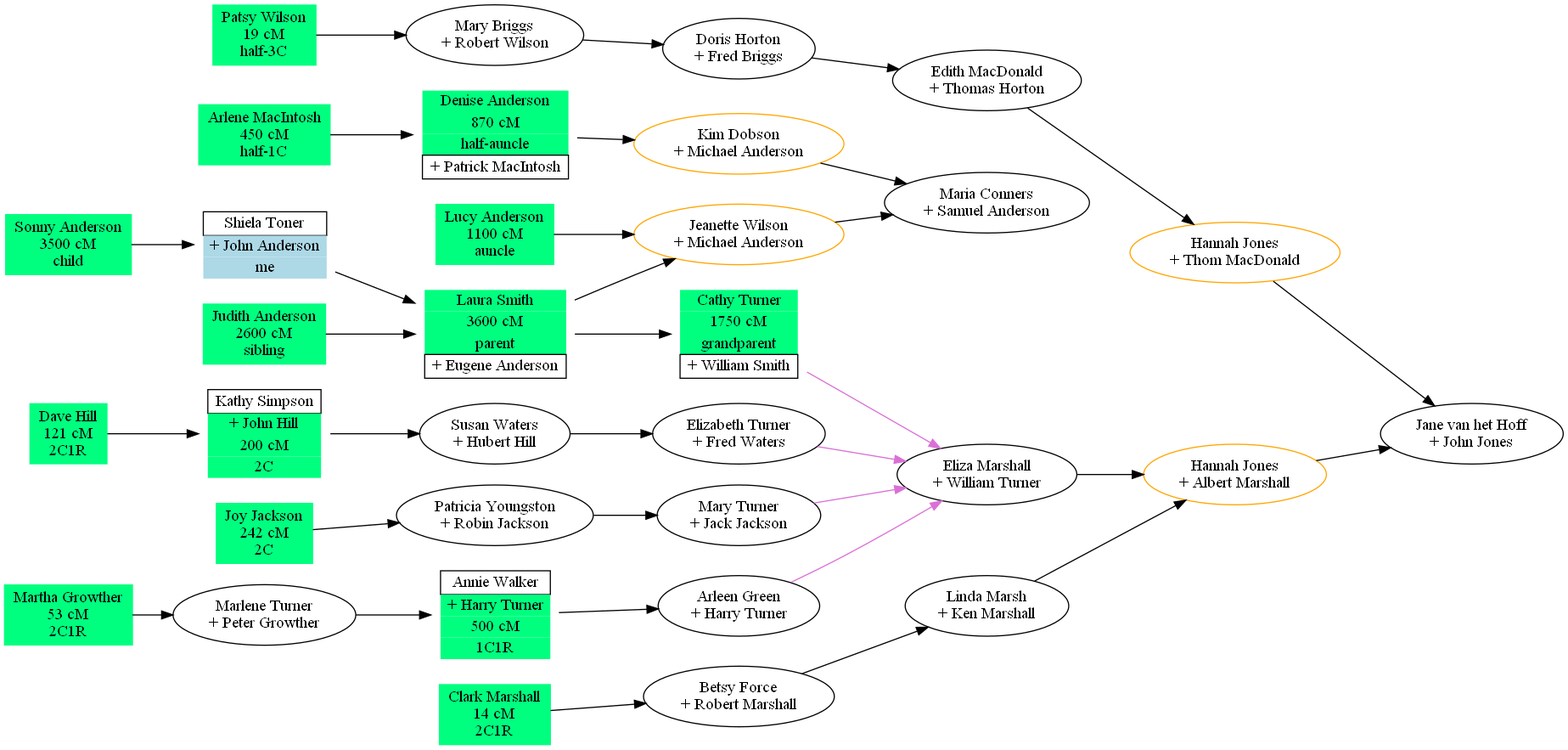
Before: test-data/larger.png, a diagram exported from Graphviz (johnandrea/draw-dna-matches). Its source is kept beside it as test-data/larger.dot. Its diagram source:
```dot
digraph family {
rankdir=LR;
f1 [label="Jane van het Hoff\n+ John Jones"];
f2 [label="Hannah Jones\n+ Thom MacDonald", color=orange];
f6 [label="Hannah Jones\n+ Albert Marshall", color=orange];
f5 [label="Mary Briggs\n+ Robert Wilson"];
f4 [label="Doris Horton\n+ Fred Briggs"];
f3 [label="Edith MacDonald\n+ Thomas Horton"];
f16 [label=<
<table cellpadding="2" cellborder="0" cellspacing="0" border="0">
<tr><td bgcolor="springgreen"> Cathy Turner </td></tr>
<tr><td bgcolor="springgreen">1750 cM</td></tr>
<tr><td bgcolor="springgreen">grandparent</td></tr>
<tr><td border="1"> + William Smith </td></tr>
</table>
>, shape="none"];
f7 [label="Eliza Marshall\n+ William Turner"];
f9 [label="Susan Waters\n+ Hubert Hill"];
f8 [label="Elizabeth Turner\n+ Fred Waters"];
f10 [label=<
<table cellpadding="2" cellborder="0" cellspacing="0" border="0">
<tr><td border="1"> Kathy Simpson </td></tr>
<tr><td bgcolor="springgreen"> + John Hill </td></tr>
<tr><td bgcolor="springgreen">200 cM</td></tr>
<tr><td bgcolor="springgreen">2C</td></tr>
</table>
>, shape="none"];
f12 [label="Patricia Youngston\n+ Robin Jackson"];
f11 [label="Mary Turner\n+ Jack Jackson"];
f13 [label="Arleen Green\n+ Harry Turner"];
f15 [label="Marlene Turner\n+ Peter Growther"];
f14 [label=<
<table cellpadding="2" cellborder="0" cellspacing="0" border="0">
<tr><td border="1"> Annie Walker </td></tr>
<tr><td bgcolor="springgreen"> + Harry Turner </td></tr>
<tr><td bgcolor="springgreen">500 cM</td></tr>
<tr><td bgcolor="springgreen">1C1R</td></tr>
</table>
>, shape="none"];
f17 [label=<
<table cellpadding="2" cellborder="0" cellspacing="0" border="0">
<tr><td bgcolor="springgreen"> Laura Smith </td></tr>
<tr><td bgcolor="springgreen">3600 cM</td></tr>
<tr><td bgcolor="springgreen">parent</td></tr>
<tr><td border="1"> + Eugene Anderson </td></tr>
</table>
>, shape="none"];
f19 [label="Betsy Force\n+ Robert Marshall"];
f18 [label="Linda Marsh\n+ Ken Marshall"];
f20 [label="Jeanette Wilson\n+ Michael Anderson", color=orange];
f21 [label=<
<table cellpadding="2" cellborder="0" cellspacing="0" border="0">
<tr><td border="1"> Shiela Toner </td></tr>
<tr><td bgcolor="lightblue"> + John Anderson </td></tr>
<tr><td bgcolor="lightblue">me</td></tr>
</table>
>, shape="none"];
f24 [label="Maria Conners\n+ Samuel Anderson"];
f22 [label="Kim Dobson\n+ Michael Anderson", color=orange];
f23 [label=<
<table cellpadding="2" cellborder="0" cellspacing="0" border="0">
<tr><td bgcolor="springgreen"> Denise Anderson </td></tr>
<tr><td bgcolor="springgreen">870 cM</td></tr>
<tr><td bgcolor="springgreen">half-auncle</td></tr>
<tr><td border="1"> + Patrick MacIntosh </td></tr>
</table>
>, shape="none"];
i11 [label="Patsy Wilson\n19 cM\nhalf-3C", shape="record", style=filled, color=springgreen];
i53 [label="Arlene MacIntosh\n450 cM\nhalf-1C", shape="record", style=filled, color=springgreen];
i28 [label="Joy Jackson\n242 cM\n2C", shape="record", style=filled, color=springgreen];
i48 [label="Sonny Anderson\n3500 cM\nchild", shape="record", style=filled, color=springgreen];
i43 [label="Clark Marshall\n14 cM\n2C1R", shape="record", style=filled, color=springgreen];
i34 [label="Martha Growther\n53 cM\n2C1R", shape="record", style=filled, color=springgreen];
i24 [label="Dave Hill\n121 cM\n2C1R", shape="record", style=filled, color=springgreen];
i49 [label="Judith Anderson\n2600 cM\nsibling", shape="record", style=filled, color=springgreen];
i46 [label="Lucy Anderson\n1100 cM\nauncle", shape="record", style=filled, color=springgreen];
f10 -> f9;
f5 -> f4;
f13 -> f7 [color=orchid];
f2 -> f1;
i49 -> f17;
f3 -> f2;
i24 -> f10;
i43 -> f19;
i34 -> f15;
f4 -> f3;
f8 -> f7 [color=orchid];
i53 -> f23;
f11 -> f7 [color=orchid];
f16 -> f7 [color=orchid];
f21 -> f17;
f23 -> f22;
f17 -> f20;
i28 -> f12;
f14 -> f13;
f12 -> f11;
i11 -> f5;
i46 -> f20;
f18 -> f6;
f19 -> f18;
f15 -> f14;
f20 -> f24;
f22 -> f24;
f6 -> f1;
f7 -> f6;
i48 -> f21;
f9 -> f8;
f17 -> f16;
}
```
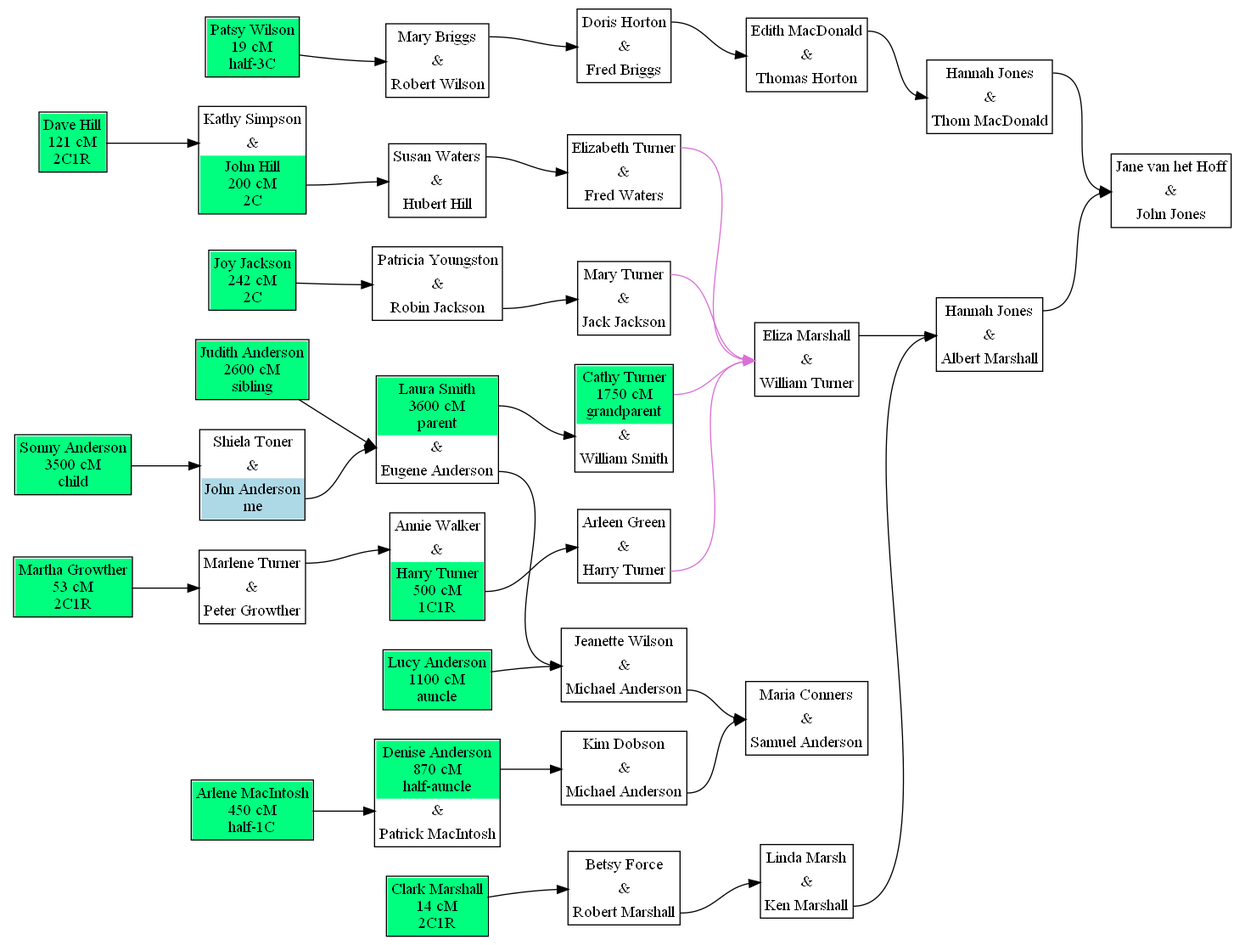
After the change.

Diff of the diagram source:
```diff
@@ -1,109 +1,216 @@
 digraph family {
+node [shape=plaintext];
 rankdir=LR;
-f1 [label="Jane van het Hoff\n+ John Jones"];
-f2 [label="Hannah Jones\n+ Thom MacDonald", color=orange];
-f6 [label="Hannah Jones\n+ Albert Marshall", color=orange];
-f5 [label="Mary Briggs\n+ Robert Wilson"];
-f4 [label="Doris Horton\n+ Fred Briggs"];
-f3 [label="Edith MacDonald\n+ Thomas Horton"];
+f2 [label=<
+<table cellpadding="3" border="1" cellspacing="0" cellborder="0">
+<tr><td port="w">Hannah Jones</td></tr>
+<tr><td port="u">&amp;</td></tr>
+<tr><td port="h">Thom MacDonald</td></tr>
+</table>>];
+f6 [label=<
+<table cellpadding="3" border="1" cellspacing="0" cellborder="0">
+<tr><td port="w">Hannah Jones</td></tr>
+<tr><td port="u">&amp;</td></tr>
+<tr><td port="h">Albert Marshall</td></tr>
+</table>>];
+f5 [label=<
+<table cellpadding="3" border="1" cellspacing="0" cellborder="0">
+<tr><td port="w">Mary Briggs</td></tr>
+<tr><td port="u">&amp;</td></tr>
+<tr><td port="h">Robert Wilson</td></tr>
+</table>>];
+f4 [label=<
+<table cellpadding="3" border="1" cellspacing="0" cellborder="0">
+<tr><td port="w">Doris Horton</td></tr>
+<tr><td port="u">&amp;</td></tr>
+<tr><td port="h">Fred Briggs</td></tr>
+</table>>];
+f3 [label=<
+<table cellpadding="3" border="1" cellspacing="0" cellborder="0">
+<tr><td port="w">Edith MacDonald</td></tr>
+<tr><td port="u">&amp;</td></tr>
+<tr><td port="h">Thomas Horton</td></tr>
+</table>>];
+f17 [label=<
+<table cellpadding="3" border="1" cellspacing="0" cellborder="0">
+<tr><td port="w" bgcolor="springgreen">Laura Smith<br/>3600 cM<br/>parent</td></tr>
+<tr><td port="u">&amp;</td></tr>
+<tr><td port="h">Eugene Anderson</td></tr>
+</table>>];
 f16 [label=<
-<table cellpadding="2" cellborder="0" cellspacing="0" border="0">
-<tr><td bgcolor="springgreen"> Cathy Turner </td></tr>
-<tr><td bgcolor="springgreen">1750 cM</td></tr>
-<tr><td bgcolor="springgreen">grandparent</td></tr>
-<tr><td border="1"> + William Smith </td></tr>
-</table>
->, shape="none"];
-f7 [label="Eliza Marshall\n+ William Turner"];
-f9 [label="Susan Waters\n+ Hubert Hill"];
-f8 [label="Elizabeth Turner\n+ Fred Waters"];
+<table cellpadding="3" border="1" cellspacing="0" cellborder="0">
+<tr><td port="w" bgcolor="springgreen">Cathy Turner<br/>1750 cM<br/>grandparent</td></tr>
+<tr><td port="u">&amp;</td></tr>
+<tr><td port="h">William Smith</td></tr>
+</table>>];
+f7 [label=<
+<table cellpadding="3" border="1" cellspacing="0" cellborder="0">
+<tr><td port="w">Eliza Marshall</td></tr>
+<tr><td port="u">&amp;</td></tr>
+<tr><td port="h">William Turner</td></tr>
+</table>>];
+f1 [label=<
+<table cellpadding="3" border="1" cellspacing="0" cellborder="0">
+<tr><td port="w">Jane van het Hoff</td></tr>
+<tr><td port="u">&amp;</td></tr>
+<tr><td port="h">John Jones</td></tr>
+</table>>];
+f9 [label=<
+<table cellpadding="3" border="1" cellspacing="0" cellborder="0">
+<tr><td port="w">Susan Waters</td></tr>
+<tr><td port="u">&amp;</td></tr>
+<tr><td port="h">Hubert Hill</td></tr>
+</table>>];
+f8 [label=<
+<table cellpadding="3" border="1" cellspacing="0" cellborder="0">
+<tr><td port="w">Elizabeth Turner</td></tr>
+<tr><td port="u">&amp;</td></tr>
+<tr><td port="h">Fred Waters</td></tr>
+</table>>];
 f10 [label=<
-<table cellpadding="2" cellborder="0" cellspacing="0" border="0">
-<tr><td border="1"> Kathy Simpson </td></tr>
-<tr><td bgcolor="springgreen"> + John Hill </td></tr>
-<tr><td bgcolor="springgreen">200 cM</td></tr>
-<tr><td bgcolor="springgreen">2C</td></tr>
-</table>
->, shape="none"];
-f12 [label="Patricia Youngston\n+ Robin Jackson"];
-f11 [label="Mary Turner\n+ Jack Jackson"];
-f13 [label="Arleen Green\n+ Harry Turner"];
-f15 [label="Marlene Turner\n+ Peter Growther"];
+<table cellpadding="3" border="1" cellspacing="0" cellborder="0">
+<tr><td port="w">Kathy Simpson</td></tr>
+<tr><td port="u">&amp;</td></tr>
+<tr><td port="h" bgcolor="springgreen">John Hill<br/>200 cM<br/>2C</td></tr>
+</table>>];
+f12 [label=<
+<table cellpadding="3" border="1" cellspacing="0" cellborder="0">
+<tr><td port="w">Patricia Youngston</td></tr>
+<tr><td port="u">&amp;</td></tr>
+<tr><td port="h">Robin Jackson</td></tr>
+</table>>];
+f11 [label=<
+<table cellpadding="3" border="1" cellspacing="0" cellborder="0">
+<tr><td port="w">Mary Turner</td></tr>
+<tr><td port="u">&amp;</td></tr>
+<tr><td port="h">Jack Jackson</td></tr>
+</table>>];
+f13 [label=<
+<table cellpadding="3" border="1" cellspacing="0" cellborder="0">
+<tr><td port="w">Arleen Green</td></tr>
+<tr><td port="u">&amp;</td></tr>
+<tr><td port="h">Harry Turner</td></tr>
+</table>>];
+f15 [label=<
+<table cellpadding="3" border="1" cellspacing="0" cellborder="0">
+<tr><td port="w">Marlene Turner</td></tr>
+<tr><td port="u">&amp;</td></tr>
+<tr><td port="h">Peter Growther</td></tr>
+</table>>];
 f14 [label=<
-<table cellpadding="2" cellborder="0" cellspacing="0" border="0">
-<tr><td border="1"> Annie Walker </td></tr>
-<tr><td bgcolor="springgreen"> + Harry Turner </td></tr>
-<tr><td bgcolor="springgreen">500 cM</td></tr>
-<tr><td bgcolor="springgreen">1C1R</td></tr>
-</table>
->, shape="none"];
-f17 [label=<
-<table cellpadding="2" cellborder="0" cellspacing="0" border="0">
-<tr><td bgcolor="springgreen"> Laura Smith </td></tr>
-<tr><td bgcolor="springgreen">3600 cM</td></tr>
-<tr><td bgcolor="springgreen">parent</td></tr>
-<tr><td border="1"> + Eugene Anderson </td></tr>
-</table>
->, shape="none"];
-f19 [label="Betsy Force\n+ Robert Marshall"];
-f18 [label="Linda Marsh\n+ Ken Marshall"];
-f20 [label="Jeanette Wilson\n+ Michael Anderson", color=orange];
+<table cellpadding="3" border="1" cellspacing="0" cellborder="0">
+<tr><td port="w">Annie Walker</td></tr>
+<tr><td port="u">&amp;</td></tr>
+<tr><td port="h" bgcolor="springgreen">Harry Turner<br/>500 cM<br/>1C1R</td></tr>
+</table>>];
+f19 [label=<
+<table cellpadding="3" border="1" cellspacing="0" cellborder="0">
+<tr><td port="w">Betsy Force</td></tr>
+<tr><td port="u">&amp;</td></tr>
+<tr><td port="h">Robert Marshall</td></tr>
+</table>>];
+f18 [label=<
+<table cellpadding="3" border="1" cellspacing="0" cellborder="0">
+<tr><td port="w">Linda Marsh</td></tr>
+<tr><td port="u">&amp;</td></tr>
+<tr><td port="h">Ken Marshall</td></tr>
+</table>>];
+f20 [label=<
+<table cellpadding="3" border="1" cellspacing="0" cellborder="0">
+<tr><td port="w">Jeanette Wilson</td></tr>
+<tr><td port="u">&amp;</td></tr>
+<tr><td port="h">Michael Anderson</td></tr>
+</table>>];
 f21 [label=<
-<table cellpadding="2" cellborder="0" cellspacing="0" border="0">
-<tr><td border="1"> Shiela Toner </td></tr>
-<tr><td bgcolor="lightblue"> + John Anderson </td></tr>
-<tr><td bgcolor="lightblue">me</td></tr>
-</table>
->, shape="none"];
-f24 [label="Maria Conners\n+ Samuel Anderson"];
-f22 [label="Kim Dobson\n+ Michael Anderson", color=orange];
+<table cellpadding="3" border="1" cellspacing="0" cellborder="0">
+<tr><td port="w">Shiela Toner</td></tr>
+<tr><td port="u">&amp;</td></tr>
+<tr><td port="h" bgcolor="lightblue">John Anderson<br/>me</td></tr>
+</table>>];
+f22 [label=<
+<table cellpadding="3" border="1" cellspacing="0" cellborder="0">
+<tr><td port="w">Kim Dobson</td></tr>
+<tr><td port="u">&amp;</td></tr>
+<tr><td port="h">Michael Anderson</td></tr>
+</table>>];
+f24 [label=<
+<table cellpadding="3" border="1" cellspacing="0" cellborder="0">
+<tr><td port="w">Maria Conners</td></tr>
+<tr><td port="u">&amp;</td></tr>
+<tr><td port="h">Samuel Anderson</td></tr>
+</table>>];
 f23 [label=<
-<table cellpadding="2" cellborder="0" cellspacing="0" border="0">
-<tr><td bgcolor="springgreen"> Denise Anderson </td></tr>
-<tr><td bgcolor="springgreen">870 cM</td></tr>
-<tr><td bgcolor="springgreen">half-auncle</td></tr>
-<tr><td border="1"> + Patrick MacIntosh </td></tr>
-</table>
->, shape="none"];
-i11 [label="Patsy Wilson\n19 cM\nhalf-3C", shape="record", style=filled, color=springgreen];
-i53 [label="Arlene MacIntosh\n450 cM\nhalf-1C", shape="record", style=filled, color=springgreen];
-i28 [label="Joy Jackson\n242 cM\n2C", shape="record", style=filled, color=springgreen];
-i48 [label="Sonny Anderson\n3500 cM\nchild", shape="record", style=filled, color=springgreen];
-i43 [label="Clark Marshall\n14 cM\n2C1R", shape="record", style=filled, color=springgreen];
-i34 [label="Martha Growther\n53 cM\n2C1R", shape="record", style=filled, color=springgreen];
-i24 [label="Dave Hill\n121 cM\n2C1R", shape="record", style=filled, color=springgreen];
-i49 [label="Judith Anderson\n2600 cM\nsibling", shape="record", style=filled, color=springgreen];
-i46 [label="Lucy Anderson\n1100 cM\nauncle", shape="record", style=filled, color=springgreen];
-f10 -> f9;
-f5 -> f4;
-f13 -> f7 [color=orchid];
-f2 -> f1;
-i49 -> f17;
-f3 -> f2;
-i24 -> f10;
-i43 -> f19;
-i34 -> f15;
-f4 -> f3;
-f8 -> f7 [color=orchid];
-i53 -> f23;
-f11 -> f7 [color=orchid];
-f16 -> f7 [color=orchid];
-f21 -> f17;
-f23 -> f22;
-f17 -> f20;
-i28 -> f12;
-f14 -> f13;
-f12 -> f11;
-i11 -> f5;
-i46 -> f20;
-f18 -> f6;
-f19 -> f18;
-f15 -> f14;
-f20 -> f24;
-f22 -> f24;
-f6 -> f1;
-f7 -> f6;
-i48 -> f21;
-f9 -> f8;
-f17 -> f16;
+<table cellpadding="3" border="1" cellspacing="0" cellborder="0">
+<tr><td port="w" bgcolor="springgreen">Denise Anderson<br/>870 cM<br/>half-auncle</td></tr>
+<tr><td port="u">&amp;</td></tr>
+<tr><td port="h">Patrick MacIntosh</td></tr>
+</table>>];
+i34 [label=<
+<table cellpadding="3" border="1" cellspacing="0" cellborder="0">
+<tr><td port="i" bgcolor="springgreen">Martha Growther<br/>53 cM<br/>2C1R</td></tr>
+</table>>];
+i49 [label=<
+<table cellpadding="3" border="1" cellspacing="0" cellborder="0">
+<tr><td port="i" bgcolor="springgreen">Judith Anderson<br/>2600 cM<br/>sibling</td></tr>
+</table>>];
+i11 [label=<
+<table cellpadding="3" border="1" cellspacing="0" cellborder="0">
+<tr><td port="i" bgcolor="springgreen">Patsy Wilson<br/>19 cM<br/>half-3C</td></tr>
+</table>>];
+i43 [label=<
+<table cellpadding="3" border="1" cellspacing="0" cellborder="0">
+<tr><td port="i" bgcolor="springgreen">Clark Marshall<br/>14 cM<br/>2C1R</td></tr>
+</table>>];
+i48 [label=<
+<table cellpadding="3" border="1" cellspacing="0" cellborder="0">
+<tr><td port="i" bgcolor="springgreen">Sonny Anderson<br/>3500 cM<br/>child</td></tr>
+</table>>];
+i28 [label=<
+<table cellpadding="3" border="1" cellspacing="0" cellborder="0">
+<tr><td port="i" bgcolor="springgreen">Joy Jackson<br/>242 cM<br/>2C</td></tr>
+</table>>];
+i53 [label=<
+<table cellpadding="3" border="1" cellspacing="0" cellborder="0">
+<tr><td port="i" bgcolor="springgreen">Arlene MacIntosh<br/>450 cM<br/>half-1C</td></tr>
+</table>>];
+i46 [label=<
+<table cellpadding="3" border="1" cellspacing="0" cellborder="0">
+<tr><td port="i" bgcolor="springgreen">Lucy Anderson<br/>1100 cM<br/>auncle</td></tr>
+</table>>];
+i24 [label=<
+<table cellpadding="3" border="1" cellspacing="0" cellborder="0">
+<tr><td port="i" bgcolor="springgreen">Dave Hill<br/>121 cM<br/>2C1R</td></tr>
+</table>>];
+i49:i -> f17:u;
+f10:h -> f9:u;
+f4:w -> f3:u;
+f20:h -> f24:u;
+f2:w -> f1:u;
+i53:i -> f23:u;
+f16:w -> f7:u [color=orchid];
+f7:w -> f6:u;
+f6:w -> f1:u;
+f22:h -> f24:u;
+f14:h -> f13:u;
+f23:w -> f22:u;
+f8:w -> f7:u [color=orchid];
+i48:i -> f21:u;
+i28:i -> f12:u;
+f15:w -> f14:u;
+f9:w -> f8:u;
+i43:i -> f19:u;
+i46:i -> f20:u;
+f17:w -> f16:u;
+f3:w -> f2:u;
+f11:w -> f7:u [color=orchid];
+f17:h -> f20:u;
+f21:h -> f17:u;
+i24:i -> f10:u;
+i11:i -> f5:u;
+f5:w -> f4:u;
+f12:h -> f11:u;
+f13:h -> f7:u [color=orchid];
+i34:i -> f15:u;
+f19:h -> f18:u;
+f18:h -> f6:u;
 }
```
